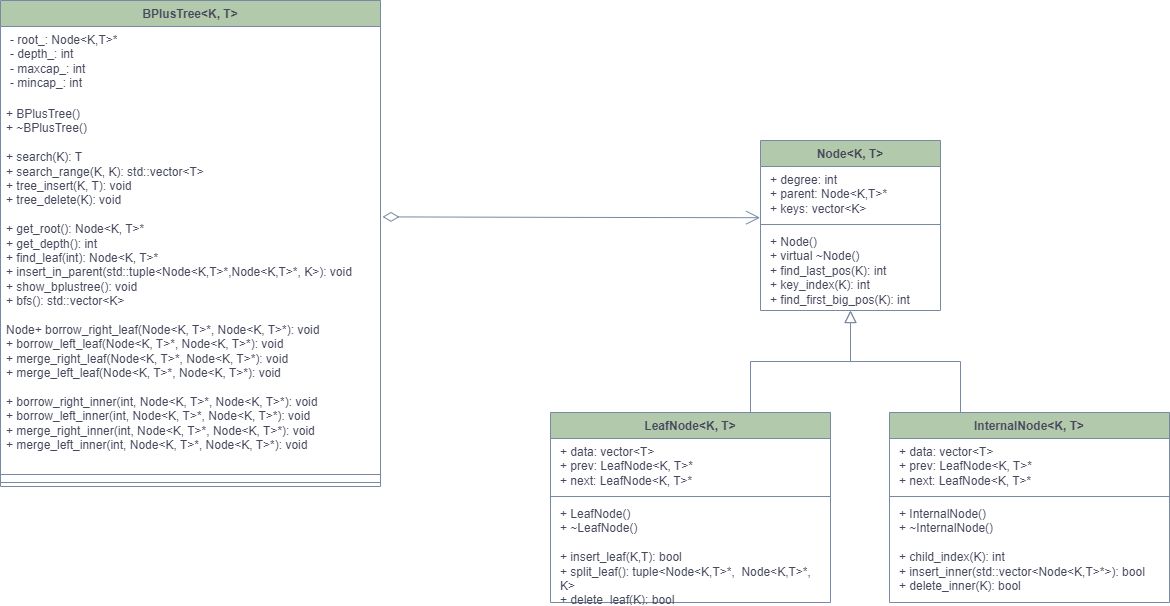
tom-jerr/BPlusTree keeps this draw.io diagram as doc/img/BPlusTreeUML.png. Above is the earlier version. Source tidied: cells renumbered, new cells last; positions are measured from the earlier drawing's top-left corner, leaving out a move shared by most shapes. Its diagram source:
```xml
<mxGraphModel>
  <root>
    <mxCell id="0" />
    <mxCell id="1" parent="0" />
    <mxCell id="2" style="endArrow=block;endSize=10;endFill=0;shadow=0;strokeWidth=1;rounded=0;edgeStyle=elbowEdgeStyle;elbow=vertical;labelBackgroundColor=none;strokeColor=#788AA3;fontColor=default;" parent="1" edge="1">
      <mxGeometry relative="1" as="geometry">
        <mxPoint x="750" y="412" as="sourcePoint" />
        <mxPoint x="850" y="310" as="targetPoint" />
      </mxGeometry>
    </mxCell>
    <mxCell id="3" style="endArrow=block;endSize=10;endFill=0;shadow=0;strokeWidth=1;rounded=0;edgeStyle=elbowEdgeStyle;elbow=vertical;labelBackgroundColor=none;strokeColor=#788AA3;fontColor=default;" parent="1" edge="1">
      <mxGeometry relative="1" as="geometry">
        <mxPoint x="960" y="412" as="sourcePoint" />
        <mxPoint x="850" y="310" as="targetPoint" />
      </mxGeometry>
    </mxCell>
    <mxCell id="4" value="&lt;b style=&quot;border-color: var(--border-color);&quot;&gt;Node&amp;lt;K, T&amp;gt;&lt;/b&gt;" style="swimlane;fontStyle=1;align=center;verticalAlign=top;horizontal=1;startSize=26;whiteSpace=wrap;html=1;strokeColor=#788AA3;fontColor=#46495D;fillColor=#B2C9AB;" parent="1" vertex="1">
      <mxGeometry x="760" y="140" width="180" height="170" as="geometry" />
    </mxCell>
    <mxCell id="5" value="&lt;p style=&quot;border-color: var(--border-color); margin: 0px 0px 0px 4px;&quot;&gt;+ degree: int&lt;/p&gt;&lt;p style=&quot;border-color: var(--border-color); margin: 0px 0px 0px 4px;&quot;&gt;+ parent: Node&amp;lt;K,T&amp;gt;*&lt;/p&gt;&lt;p style=&quot;border-color: var(--border-color); margin: 0px 0px 0px 4px;&quot;&gt;+ keys: vector&amp;lt;K&amp;gt;&lt;/p&gt;" style="text;strokeColor=none;fillColor=none;align=left;verticalAlign=top;spacingLeft=4;spacingRight=4;overflow=hidden;points=[[0,0.5],[1,0.5]];portConstraint=eastwest;whiteSpace=wrap;html=1;fontColor=#46495D;" parent="4" vertex="1">
      <mxGeometry y="26" width="180" height="54" as="geometry" />
    </mxCell>
    <mxCell id="6" style="line;strokeWidth=1;fillColor=none;align=left;verticalAlign=middle;spacingTop=-1;spacingLeft=3;spacingRight=3;labelPosition=right;strokeColor=inherit;fontColor=#46495D;" parent="4" vertex="1">
      <mxGeometry y="80" width="180" height="8" as="geometry" />
    </mxCell>
    <mxCell id="7" value="&lt;p style=&quot;border-color: var(--border-color); margin: 0px 0px 0px 4px;&quot;&gt;+ Node()&lt;/p&gt;&lt;p style=&quot;border-color: var(--border-color); margin: 0px 0px 0px 4px;&quot;&gt;+ virtual ~Node()&lt;/p&gt;&lt;p style=&quot;border-color: var(--border-color); margin: 0px 0px 0px 4px;&quot;&gt;+ find_last_pos(K): int&lt;/p&gt;&lt;p style=&quot;border-color: var(--border-color); margin: 0px 0px 0px 4px;&quot;&gt;+ key_index(K): int&lt;/p&gt;&lt;p style=&quot;border-color: var(--border-color); margin: 0px 0px 0px 4px;&quot;&gt;+ find_first_big_pos(K): int&lt;/p&gt;" style="text;strokeColor=none;fillColor=none;align=left;verticalAlign=top;spacingLeft=4;spacingRight=4;overflow=hidden;whiteSpace=wrap;html=1;fontColor=#46495D;" parent="4" vertex="1">
      <mxGeometry y="88" width="180" height="82" as="geometry" />
    </mxCell>
    <mxCell id="8" value="&lt;b style=&quot;border-color: var(--border-color);&quot;&gt;LeafNode&amp;lt;K, T&amp;gt;&lt;/b&gt;" style="swimlane;fontStyle=1;align=center;verticalAlign=top;horizontal=1;startSize=26;whiteSpace=wrap;html=1;strokeColor=#788AA3;fontColor=#46495D;fillColor=#B2C9AB;" parent="1" vertex="1">
      <mxGeometry x="550" y="412" width="280" height="190" as="geometry" />
    </mxCell>
    <mxCell id="9" value="&lt;p style=&quot;border-color: var(--border-color); margin: 0px 0px 0px 4px;&quot;&gt;+ data: vector&amp;lt;T&amp;gt;&lt;/p&gt;&lt;p style=&quot;border-color: var(--border-color); margin: 0px 0px 0px 4px;&quot;&gt;+ prev: LeafNode&amp;lt;K, T&amp;gt;*&lt;/p&gt;&lt;p style=&quot;border-color: var(--border-color); margin: 0px 0px 0px 4px;&quot;&gt;+ next: LeafNode&amp;lt;K, T&amp;gt;*&lt;/p&gt;" style="text;strokeColor=none;fillColor=none;align=left;verticalAlign=top;spacingLeft=4;spacingRight=4;overflow=hidden;whiteSpace=wrap;html=1;fontColor=#46495D;" parent="8" vertex="1">
      <mxGeometry y="26" width="280" height="54" as="geometry" />
    </mxCell>
    <mxCell id="10" style="line;strokeWidth=1;fillColor=none;align=left;verticalAlign=middle;spacingTop=-1;spacingLeft=3;spacingRight=3;labelPosition=right;strokeColor=inherit;fontColor=#46495D;" parent="8" vertex="1">
      <mxGeometry y="80" width="280" height="8" as="geometry" />
    </mxCell>
    <mxCell id="11" value="&lt;p style=&quot;border-color: var(--border-color); margin: 0px 0px 0px 4px;&quot;&gt;+ LeafNode()&lt;/p&gt;&lt;p style=&quot;border-color: var(--border-color); margin: 0px 0px 0px 4px;&quot;&gt;+ ~LeafNode()&lt;/p&gt;&lt;p style=&quot;border-color: var(--border-color); margin: 0px 0px 0px 4px;&quot;&gt;&lt;br&gt;&lt;/p&gt;&lt;p style=&quot;border-color: var(--border-color); margin: 0px 0px 0px 4px;&quot;&gt;+ insert_leaf(K,T): bool&lt;/p&gt;&lt;p style=&quot;border-color: var(--border-color); margin: 0px 0px 0px 4px;&quot;&gt;+ split_leaf(): tuple&amp;lt;Node&amp;lt;K,T&amp;gt;*,&amp;nbsp; Node&amp;lt;K,T&amp;gt;*, K&amp;gt;&lt;/p&gt;&lt;p style=&quot;border-color: var(--border-color); margin: 0px 0px 0px 4px;&quot;&gt;+ delete_leaf(K): bool&lt;/p&gt;" style="text;strokeColor=none;fillColor=none;align=left;verticalAlign=top;spacingLeft=4;spacingRight=4;overflow=hidden;whiteSpace=wrap;html=1;fontColor=#46495D;" parent="8" vertex="1">
      <mxGeometry y="88" width="280" height="102" as="geometry" />
    </mxCell>
    <mxCell id="12" value="&lt;b style=&quot;border-color: var(--border-color);&quot;&gt;&lt;b style=&quot;border-color: var(--border-color);&quot;&gt;InternalNode&lt;/b&gt;&amp;lt;K, T&amp;gt;&lt;/b&gt;" style="swimlane;fontStyle=1;align=center;verticalAlign=top;horizontal=1;startSize=26;whiteSpace=wrap;html=1;strokeColor=#788AA3;fontColor=#46495D;fillColor=#B2C9AB;" parent="1" vertex="1">
      <mxGeometry x="889" y="412" width="280" height="190" as="geometry" />
    </mxCell>
    <mxCell id="13" value="&lt;p style=&quot;border-color: var(--border-color); margin: 0px 0px 0px 4px;&quot;&gt;+ data: vector&amp;lt;T&amp;gt;&lt;/p&gt;&lt;p style=&quot;border-color: var(--border-color); margin: 0px 0px 0px 4px;&quot;&gt;+ prev: LeafNode&amp;lt;K, T&amp;gt;*&lt;/p&gt;&lt;p style=&quot;border-color: var(--border-color); margin: 0px 0px 0px 4px;&quot;&gt;+ next: LeafNode&amp;lt;K, T&amp;gt;*&lt;/p&gt;" style="text;strokeColor=none;fillColor=none;align=left;verticalAlign=top;spacingLeft=4;spacingRight=4;overflow=hidden;whiteSpace=wrap;html=1;fontColor=#46495D;" parent="12" vertex="1">
      <mxGeometry y="26" width="280" height="54" as="geometry" />
    </mxCell>
    <mxCell id="14" style="line;strokeWidth=1;fillColor=none;align=left;verticalAlign=middle;spacingTop=-1;spacingLeft=3;spacingRight=3;labelPosition=right;strokeColor=inherit;fontColor=#46495D;" parent="12" vertex="1">
      <mxGeometry y="80" width="280" height="8" as="geometry" />
    </mxCell>
    <mxCell id="15" value="&lt;p style=&quot;border-color: var(--border-color); margin: 0px 0px 0px 4px;&quot;&gt;+ InternalNode()&lt;/p&gt;&lt;p style=&quot;border-color: var(--border-color); margin: 0px 0px 0px 4px;&quot;&gt;+ ~InternalNode()&lt;/p&gt;&lt;p style=&quot;border-color: var(--border-color); margin: 0px 0px 0px 4px;&quot;&gt;&lt;br&gt;&lt;/p&gt;&lt;p style=&quot;border-color: var(--border-color); margin: 0px 0px 0px 4px;&quot;&gt;+ child_index(K): int&lt;/p&gt;&lt;p style=&quot;border-color: var(--border-color); margin: 0px 0px 0px 4px;&quot;&gt;+ insert_inner(std::vector&amp;lt;Node&amp;lt;K,T&amp;gt;*&amp;gt;): bool&lt;/p&gt;&lt;p style=&quot;border-color: var(--border-color); margin: 0px 0px 0px 4px;&quot;&gt;+ delete_inner(K): bool&lt;/p&gt;" style="text;strokeColor=none;fillColor=none;align=left;verticalAlign=top;spacingLeft=4;spacingRight=4;overflow=hidden;whiteSpace=wrap;html=1;fontColor=#46495D;" parent="12" vertex="1">
      <mxGeometry y="88" width="280" height="102" as="geometry" />
    </mxCell>
    <mxCell id="16" value="BPlusTree&amp;lt;K, T&amp;gt;" style="swimlane;fontStyle=1;align=center;verticalAlign=top;horizontal=1;startSize=26;whiteSpace=wrap;html=1;strokeColor=#788AA3;fontColor=#46495D;fillColor=#B2C9AB;" parent="1" vertex="1">
      <mxGeometry width="380" height="486" as="geometry" />
    </mxCell>
    <mxCell id="17" value="&lt;p style=&quot;border-color: var(--border-color); margin: 0px 0px 0px 4px;&quot;&gt;&lt;span style=&quot;background-color: initial;&quot;&gt;- root_: Node&amp;lt;K,T&amp;gt;*&lt;/span&gt;&lt;br&gt;&lt;/p&gt;&lt;p style=&quot;border-color: var(--border-color); margin: 0px 0px 0px 4px;&quot;&gt;- depth_: int&lt;/p&gt;&lt;p style=&quot;border-color: var(--border-color); margin: 0px 0px 0px 4px;&quot;&gt;- maxcap_: int&lt;/p&gt;&lt;p style=&quot;border-color: var(--border-color); margin: 0px 0px 0px 4px;&quot;&gt;- mincap_: int&lt;/p&gt;&lt;p style=&quot;border-color: var(--border-color); margin: 0px 0px 0px 4px;&quot;&gt;&lt;br&gt;&lt;/p&gt;" style="text;strokeColor=none;fillColor=none;align=left;verticalAlign=top;spacingLeft=4;spacingRight=4;overflow=hidden;whiteSpace=wrap;html=1;fontColor=#46495D;" parent="16" vertex="1">
      <mxGeometry y="26" width="380" height="74" as="geometry" />
    </mxCell>
    <mxCell id="18" value="+ BPlusTree()&lt;br&gt;+ ~BPlusTree()&lt;br&gt;&lt;br&gt;+ search(K): T&lt;br&gt;+ search_range(K, K): std::vector&amp;lt;T&amp;gt;&lt;br&gt;+ tree_insert(K, T): void&lt;br&gt;+ tree_delete(K): void&lt;br&gt;&lt;br&gt;+ get_root(): Node&amp;lt;K, T&amp;gt;*&lt;br style=&quot;border-color: var(--border-color);&quot;&gt;+ get_depth(): int&lt;br style=&quot;border-color: var(--border-color);&quot;&gt;+ find_leaf(int): Node&amp;lt;K, T&amp;gt;*&lt;br style=&quot;border-color: var(--border-color);&quot;&gt;+ insert_in_parent(std::tuple&amp;lt;Node&amp;lt;K,T&amp;gt;*,Node&amp;lt;K,T&amp;gt;*, K&amp;gt;): void&lt;br style=&quot;border-color: var(--border-color);&quot;&gt;+ show_bplustree(): void&lt;br&gt;+ bfs(): std::vector&amp;lt;K&amp;gt;&lt;br style=&quot;border-color: var(--border-color);&quot;&gt;&lt;br style=&quot;border-color: var(--border-color);&quot;&gt;Node+ borrow_right_leaf(Node&amp;lt;K, T&amp;gt;*, Node&amp;lt;K, T&amp;gt;*): void&lt;br style=&quot;border-color: var(--border-color);&quot;&gt;+ borrow_left_leaf(Node&amp;lt;K, T&amp;gt;*, Node&amp;lt;K, T&amp;gt;*): void&lt;br style=&quot;border-color: var(--border-color);&quot;&gt;+ merge_right_leaf(Node&amp;lt;K, T&amp;gt;*, Node&amp;lt;K, T&amp;gt;*): void&lt;br style=&quot;border-color: var(--border-color);&quot;&gt;+ merge_left_leaf(Node&amp;lt;K, T&amp;gt;*, Node&amp;lt;K, T&amp;gt;*): void&lt;br style=&quot;border-color: var(--border-color);&quot;&gt;&lt;br style=&quot;border-color: var(--border-color);&quot;&gt;+ borrow_right_inner(int, Node&amp;lt;K, T&amp;gt;*, Node&amp;lt;K, T&amp;gt;*): void&lt;br style=&quot;border-color: var(--border-color);&quot;&gt;+ borrow_left_inner(int, Node&amp;lt;K, T&amp;gt;*, Node&amp;lt;K, T&amp;gt;*): void&lt;br style=&quot;border-color: var(--border-color);&quot;&gt;+ merge_right_inner(int, Node&amp;lt;K, T&amp;gt;*, Node&amp;lt;K, T&amp;gt;*): void&lt;br style=&quot;border-color: var(--border-color);&quot;&gt;+ merge_left_inner(int, Node&amp;lt;K, T&amp;gt;*, Node&amp;lt;K, T&amp;gt;*): void" style="text;strokeColor=none;fillColor=none;align=left;verticalAlign=top;spacingLeft=4;spacingRight=4;overflow=hidden;whiteSpace=wrap;html=1;fontColor=#46495D;" parent="16" vertex="1">
      <mxGeometry y="100" width="380" height="370" as="geometry" />
    </mxCell>
    <mxCell id="19" style="line;strokeWidth=1;fillColor=none;align=left;verticalAlign=middle;spacingTop=-1;spacingLeft=3;spacingRight=3;labelPosition=right;strokeColor=inherit;fontColor=#46495D;" parent="16" vertex="1">
      <mxGeometry y="470" width="380" height="8" as="geometry" />
    </mxCell>
    <mxCell id="20" style="line;strokeWidth=1;fillColor=none;align=left;verticalAlign=middle;spacingTop=-1;spacingLeft=3;spacingRight=3;labelPosition=right;strokeColor=inherit;fontColor=#46495D;" parent="16" vertex="1">
      <mxGeometry y="478" width="380" height="8" as="geometry" />
    </mxCell>
    <mxCell id="21" style="endArrow=open;html=1;endSize=12;startArrow=diamondThin;startSize=14;startFill=0;edgeStyle=orthogonalEdgeStyle;align=left;verticalAlign=bottom;rounded=0;strokeColor=#788AA3;fontColor=#46495D;fillColor=#B2C9AB;exitX=1.011;exitY=-0.007;exitDx=0;exitDy=0;exitPerimeter=0;entryX=-0.002;entryY=0.948;entryDx=0;entryDy=0;entryPerimeter=0;" parent="1" edge="1" target="5">
      <mxGeometry x="-1" y="3" relative="1" as="geometry">
        <mxPoint x="382" y="216.4" as="sourcePoint" />
      </mxGeometry>
    </mxCell>
  </root>
</mxGraphModel>
```
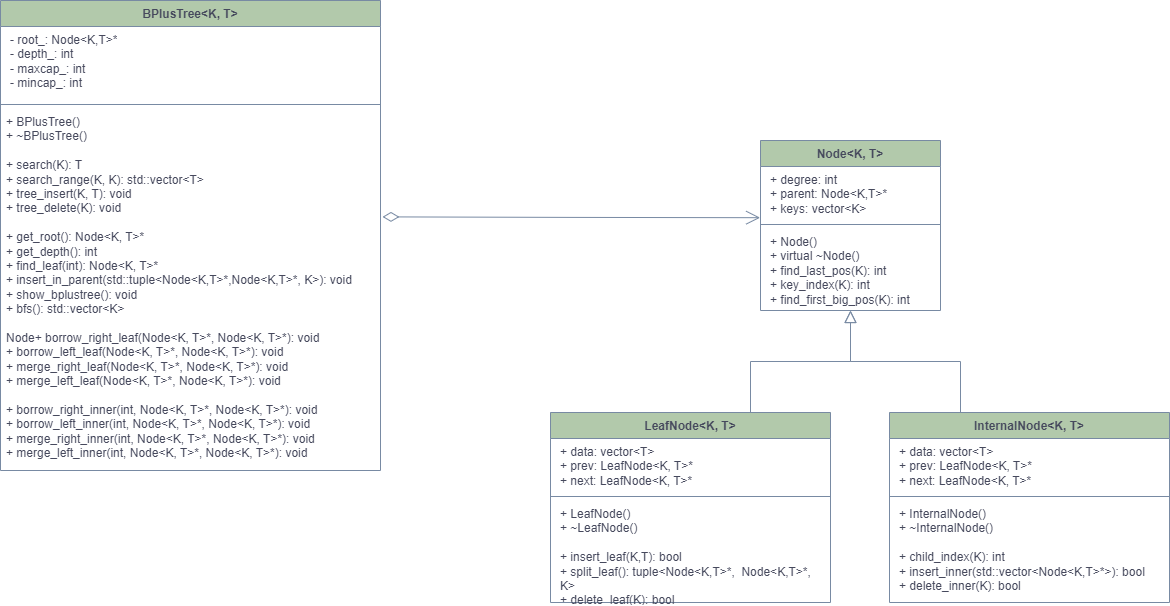
The same diagram one commit later.

Diff of the diagram source:
```diff
@@ -51,20 +51,17 @@
       <mxGeometry y="88" width="280" height="102" as="geometry" />
     </mxCell>
     <mxCell id="16" value="BPlusTree&amp;lt;K, T&amp;gt;" style="swimlane;fontStyle=1;align=center;verticalAlign=top;horizontal=1;startSize=26;whiteSpace=wrap;html=1;strokeColor=#788AA3;fontColor=#46495D;fillColor=#B2C9AB;" parent="1" vertex="1">
-      <mxGeometry width="380" height="486" as="geometry" />
+      <mxGeometry width="380" height="470" as="geometry" />
     </mxCell>
     <mxCell id="17" value="&lt;p style=&quot;border-color: var(--border-color); margin: 0px 0px 0px 4px;&quot;&gt;&lt;span style=&quot;background-color: initial;&quot;&gt;- root_: Node&amp;lt;K,T&amp;gt;*&lt;/span&gt;&lt;br&gt;&lt;/p&gt;&lt;p style=&quot;border-color: var(--border-color); margin: 0px 0px 0px 4px;&quot;&gt;- depth_: int&lt;/p&gt;&lt;p style=&quot;border-color: var(--border-color); margin: 0px 0px 0px 4px;&quot;&gt;- maxcap_: int&lt;/p&gt;&lt;p style=&quot;border-color: var(--border-color); margin: 0px 0px 0px 4px;&quot;&gt;- mincap_: int&lt;/p&gt;&lt;p style=&quot;border-color: var(--border-color); margin: 0px 0px 0px 4px;&quot;&gt;&lt;br&gt;&lt;/p&gt;" style="text;strokeColor=none;fillColor=none;align=left;verticalAlign=top;spacingLeft=4;spacingRight=4;overflow=hidden;whiteSpace=wrap;html=1;fontColor=#46495D;" parent="16" vertex="1">
       <mxGeometry y="26" width="380" height="74" as="geometry" />
     </mxCell>
+    <mxCell id="19" style="line;strokeWidth=1;fillColor=none;align=left;verticalAlign=middle;spacingTop=-1;spacingLeft=3;spacingRight=3;labelPosition=right;strokeColor=inherit;fontColor=#46495D;" parent="16" vertex="1">
+      <mxGeometry y="100" width="380" height="8" as="geometry" />
+    </mxCell>
     <mxCell id="18" value="+ BPlusTree()&lt;br&gt;+ ~BPlusTree()&lt;br&gt;&lt;br&gt;+ search(K): T&lt;br&gt;+ search_range(K, K): std::vector&amp;lt;T&amp;gt;&lt;br&gt;+ tree_insert(K, T): void&lt;br&gt;+ tree_delete(K): void&lt;br&gt;&lt;br&gt;+ get_root(): Node&amp;lt;K, T&amp;gt;*&lt;br style=&quot;border-color: var(--border-color);&quot;&gt;+ get_depth(): int&lt;br style=&quot;border-color: var(--border-color);&quot;&gt;+ find_leaf(int): Node&amp;lt;K, T&amp;gt;*&lt;br style=&quot;border-color: var(--border-color);&quot;&gt;+ insert_in_parent(std::tuple&amp;lt;Node&amp;lt;K,T&amp;gt;*,Node&amp;lt;K,T&amp;gt;*, K&amp;gt;): void&lt;br style=&quot;border-color: var(--border-color);&quot;&gt;+ show_bplustree(): void&lt;br&gt;+ bfs(): std::vector&amp;lt;K&amp;gt;&lt;br style=&quot;border-color: var(--border-color);&quot;&gt;&lt;br style=&quot;border-color: var(--border-color);&quot;&gt;Node+ borrow_right_leaf(Node&amp;lt;K, T&amp;gt;*, Node&amp;lt;K, T&amp;gt;*): void&lt;br style=&quot;border-color: var(--border-color);&quot;&gt;+ borrow_left_leaf(Node&amp;lt;K, T&amp;gt;*, Node&amp;lt;K, T&amp;gt;*): void&lt;br style=&quot;border-color: var(--border-color);&quot;&gt;+ merge_right_leaf(Node&amp;lt;K, T&amp;gt;*, Node&amp;lt;K, T&amp;gt;*): void&lt;br style=&quot;border-color: var(--border-color);&quot;&gt;+ merge_left_leaf(Node&amp;lt;K, T&amp;gt;*, Node&amp;lt;K, T&amp;gt;*): void&lt;br style=&quot;border-color: var(--border-color);&quot;&gt;&lt;br style=&quot;border-color: var(--border-color);&quot;&gt;+ borrow_right_inner(int, Node&amp;lt;K, T&amp;gt;*, Node&amp;lt;K, T&amp;gt;*): void&lt;br style=&quot;border-color: var(--border-color);&quot;&gt;+ borrow_left_inner(int, Node&amp;lt;K, T&amp;gt;*, Node&amp;lt;K, T&amp;gt;*): void&lt;br style=&quot;border-color: var(--border-color);&quot;&gt;+ merge_right_inner(int, Node&amp;lt;K, T&amp;gt;*, Node&amp;lt;K, T&amp;gt;*): void&lt;br style=&quot;border-color: var(--border-color);&quot;&gt;+ merge_left_inner(int, Node&amp;lt;K, T&amp;gt;*, Node&amp;lt;K, T&amp;gt;*): void" style="text;strokeColor=none;fillColor=none;align=left;verticalAlign=top;spacingLeft=4;spacingRight=4;overflow=hidden;whiteSpace=wrap;html=1;fontColor=#46495D;" parent="16" vertex="1">
-      <mxGeometry y="100" width="380" height="370" as="geometry" />
+      <mxGeometry y="108" width="380" height="362" as="geometry" />
     </mxCell>
-    <mxCell id="19" style="line;strokeWidth=1;fillColor=none;align=left;verticalAlign=middle;spacingTop=-1;spacingLeft=3;spacingRight=3;labelPosition=right;strokeColor=inherit;fontColor=#46495D;" parent="16" vertex="1">
-      <mxGeometry y="470" width="380" height="8" as="geometry" />
-    </mxCell>
-    <mxCell id="20" style="line;strokeWidth=1;fillColor=none;align=left;verticalAlign=middle;spacingTop=-1;spacingLeft=3;spacingRight=3;labelPosition=right;strokeColor=inherit;fontColor=#46495D;" parent="16" vertex="1">
-      <mxGeometry y="478" width="380" height="8" as="geometry" />
-    </mxCell>
     <mxCell id="21" style="endArrow=open;html=1;endSize=12;startArrow=diamondThin;startSize=14;startFill=0;edgeStyle=orthogonalEdgeStyle;align=left;verticalAlign=bottom;rounded=0;strokeColor=#788AA3;fontColor=#46495D;fillColor=#B2C9AB;exitX=1.011;exitY=-0.007;exitDx=0;exitDy=0;exitPerimeter=0;entryX=-0.002;entryY=0.948;entryDx=0;entryDy=0;entryPerimeter=0;" parent="1" edge="1" target="5">
       <mxGeometry x="-1" y="3" relative="1" as="geometry">
         <mxPoint x="382" y="216.4" as="sourcePoint" />
```
